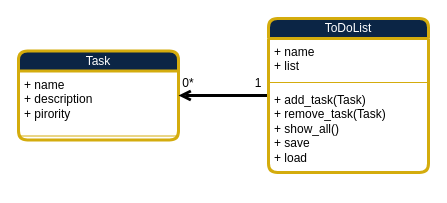
TnT74K/Project-TDL keeps this draw.io diagram as page "Page-1" (1 of 2) of Design/Class Diagram.drawio. Above is the earlier version. Source tidied: cells renumbered, new cells numbered last; positions are measured from the earlier drawing's top-left corner, leaving out a move shared by most shapes. Both pictures are drawn from the tidied source at 100%, with x=0, y=0 at pixel (18, 18).
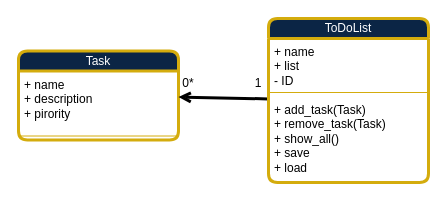
The same page after the edit.

Commit message:
make flowchart

Diff of the diagram source:
```diff
@@
 <mxGraphModel>
   <root>
     <mxCell id="0" />
     <mxCell id="1" parent="0" />
     <mxCell id="2" value="Task" style="swimlane;fontStyle=0;align=center;verticalAlign=middle;horizontal=1;startSize=20;whiteSpace=wrap;html=1;rounded=1;glass=0;strokeColor=light-dark(#D4AC0D,#D4AC0D);strokeWidth=3;fontFamily=zain;fontSize=12;fontColor=light-dark(#FFFFFF,#FFFFFF);labelBackgroundColor=none;textDirection=ltr;fillColor=light-dark(#0B2545,#0B2545);gradientColor=none;" parent="1" vertex="1">
       <mxGeometry y="32.5" width="160" height="89" as="geometry" />
     </mxCell>
     <mxCell id="3" value="&lt;font face=&quot;Zain&quot; style=&quot;color: light-dark(rgb(0, 0, 0), rgb(255, 255, 255));&quot;&gt;+ name&lt;/font&gt;&lt;div&gt;&lt;font face=&quot;Zain&quot; style=&quot;color: light-dark(rgb(0, 0, 0), rgb(255, 255, 255));&quot;&gt;+ description&lt;/font&gt;&lt;/div&gt;&lt;div&gt;&lt;font face=&quot;Zain&quot; style=&quot;color: light-dark(rgb(0, 0, 0), rgb(255, 255, 255));&quot;&gt;+ pirority&lt;/font&gt;&lt;/div&gt;" style="text;strokeColor=none;fillColor=none;align=left;verticalAlign=top;spacingLeft=4;spacingRight=4;overflow=hidden;whiteSpace=wrap;html=1;" parent="2" vertex="1">
       <mxGeometry y="20" width="160" height="61" as="geometry" />
     </mxCell>
     <mxCell id="4" style="line;strokeWidth=1;fillColor=none;align=left;verticalAlign=middle;spacingTop=-1;spacingLeft=3;spacingRight=3;labelPosition=right;strokeColor=inherit;" parent="2" vertex="1">
       <mxGeometry y="81" width="160" height="8" as="geometry" />
     </mxCell>
     <mxCell id="5" style="edgeStyle=none;shape=connector;rounded=0;jettySize=auto;html=1;strokeColor=light-dark(#000000,#FFFFFF);strokeWidth=3;align=center;verticalAlign=middle;fontFamily=zain;fontSize=12;fontColor=light-dark(#000000,#FFFFFF);fontStyle=1;labelBackgroundColor=none;horizontal=1;textDirection=ltr;startArrow=none;startFill=0;endArrow=open;endFill=0;" parent="1" edge="1" source="6" target="2">
       <mxGeometry relative="1" as="geometry" />
     </mxCell>
     <mxCell id="6" value="ToDoList" style="swimlane;fontStyle=0;align=center;verticalAlign=middle;horizontal=1;startSize=20;whiteSpace=wrap;html=1;rounded=1;glass=0;strokeColor=light-dark(#D4AC0D,#D4AC0D);strokeWidth=3;fontFamily=zain;fontSize=12;fontColor=light-dark(#FFFFFF,#FFFFFF);labelBackgroundColor=none;textDirection=ltr;fillColor=light-dark(#0B2545,#0B2545);gradientColor=none;" parent="1" vertex="1">
-      <mxGeometry x="250" width="160" height="154" as="geometry" />
+      <mxGeometry x="250" width="160" height="164" as="geometry" />
     </mxCell>
-    <mxCell id="7" value="&lt;font face=&quot;Zain&quot;&gt;+ name&lt;/font&gt;&lt;div&gt;&lt;font face=&quot;Zain&quot;&gt;+ list&lt;/font&gt;&lt;/div&gt;" style="text;strokeColor=none;fillColor=none;align=left;verticalAlign=top;spacingLeft=4;spacingRight=4;overflow=hidden;whiteSpace=wrap;html=1;" parent="6" vertex="1">
-      <mxGeometry y="20" width="160" height="40" as="geometry" />
+    <mxCell id="7" value="&lt;font face=&quot;Zain&quot;&gt;+ name&lt;/font&gt;&lt;div&gt;&lt;font face=&quot;Zain&quot;&gt;+ list&lt;/font&gt;&lt;/div&gt;&lt;div&gt;&lt;font face=&quot;Zain&quot;&gt;- ID&lt;/font&gt;&lt;/div&gt;" style="text;strokeColor=none;fillColor=none;align=left;verticalAlign=top;spacingLeft=4;spacingRight=4;overflow=hidden;whiteSpace=wrap;html=1;" parent="6" vertex="1">
+      <mxGeometry y="20" width="160" height="50" as="geometry" />
     </mxCell>
     <mxCell id="8" style="line;strokeWidth=1;fillColor=none;align=left;verticalAlign=middle;spacingTop=-1;spacingLeft=3;spacingRight=3;labelPosition=right;strokeColor=inherit;" parent="6" vertex="1">
-      <mxGeometry y="60" width="160" height="8" as="geometry" />
+      <mxGeometry y="70" width="160" height="8" as="geometry" />
     </mxCell>
     <mxCell id="9" value="+ add_task(Task)&lt;div&gt;+ remove_task(Task)&lt;/div&gt;&lt;div&gt;+ show_all()&lt;/div&gt;&lt;div&gt;+ save&lt;/div&gt;&lt;div&gt;+ load&lt;/div&gt;" style="text;strokeColor=none;fillColor=none;align=left;verticalAlign=top;spacingLeft=4;spacingRight=4;overflow=hidden;whiteSpace=wrap;html=1;fontFamily=Zain;fontColor=default;" parent="6" vertex="1">
-      <mxGeometry y="68" width="160" height="86" as="geometry" />
+      <mxGeometry y="78" width="160" height="86" as="geometry" />
     </mxCell>
     <mxCell id="10" value="1" style="text;html=1;whiteSpace=wrap;strokeColor=none;fillColor=none;align=center;verticalAlign=middle;rounded=0;fontFamily=Zain;fontColor=light-dark(#000000,#FFFFFF);" parent="1" vertex="1">
-      <mxGeometry x="210" y="50" width="60" height="30" as="geometry" />
+      <mxGeometry x="230" y="50" width="20" height="30" as="geometry" />
     </mxCell>
     <mxCell id="11" value="0*" style="text;html=1;whiteSpace=wrap;strokeColor=none;fillColor=none;align=center;verticalAlign=middle;rounded=0;fontFamily=Zain;fontColor=light-dark(#000000,#FFFFFF);" parent="1" vertex="1">
-      <mxGeometry x="140" y="50" width="60" height="30" as="geometry" />
+      <mxGeometry x="160" y="50" width="20" height="30" as="geometry" />
     </mxCell>
   </root>
 </mxGraphModel>
```
